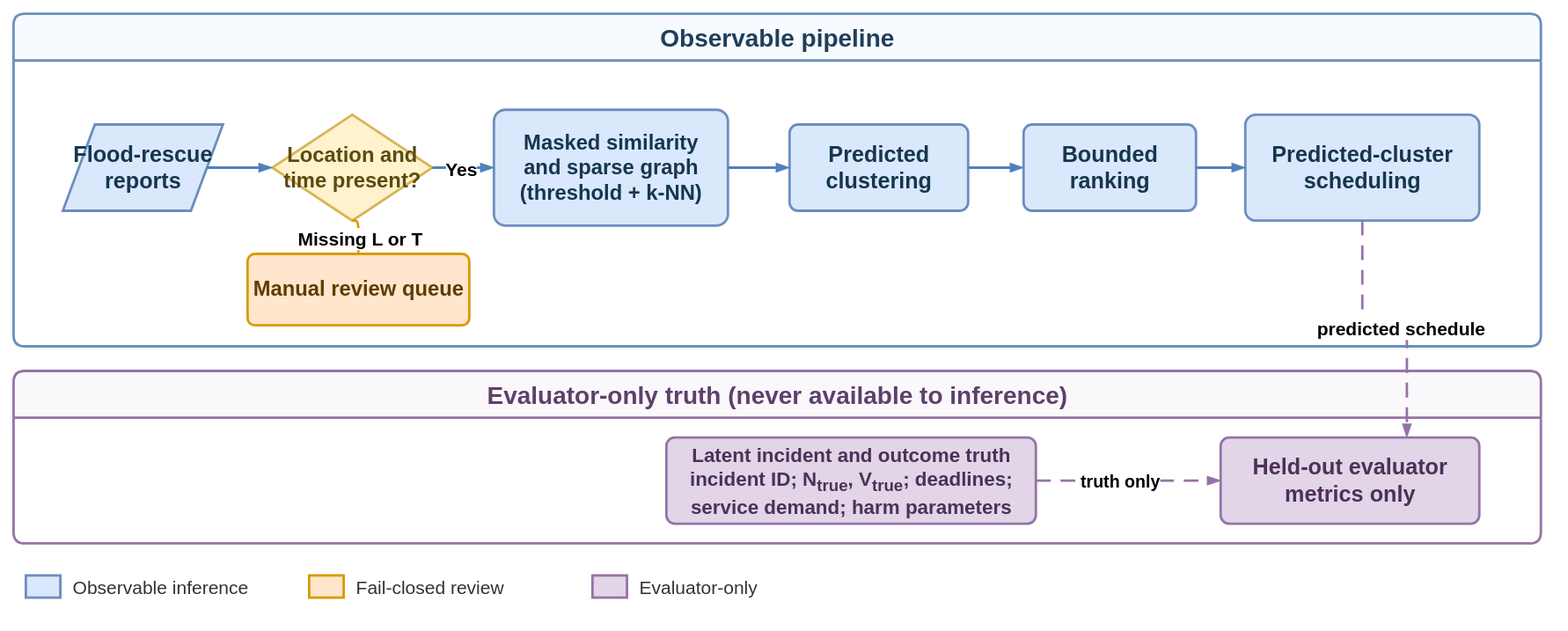
This is paper/figures/pipeline_v2.svg from ngthtrong/nckh2, a draw.io export, as it was before one commit. Source tidied: cells renumbered, new cells last; positions are measured from the earlier drawing's top-left corner, leaving out a move shared by most shapes.
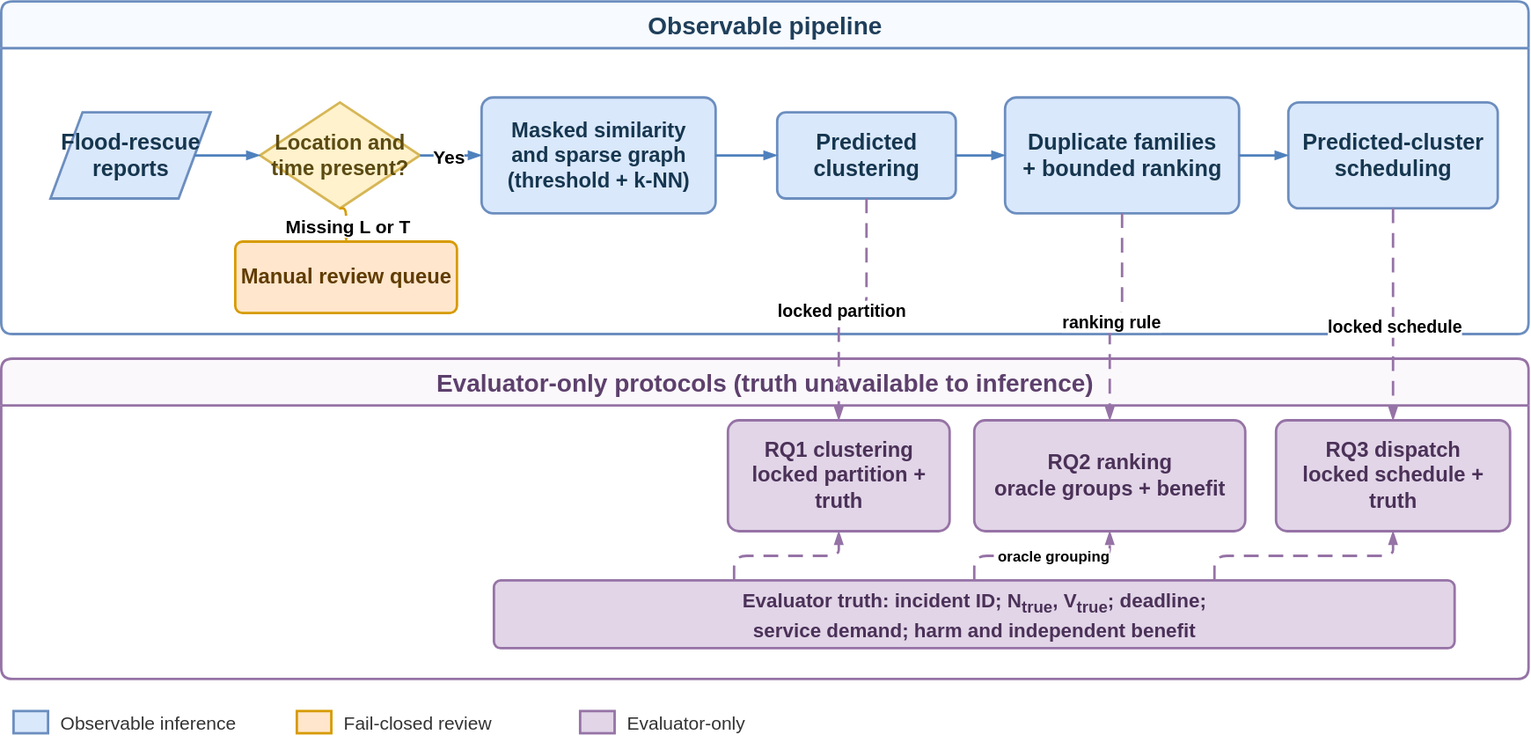
Above is the later version.

Change to the diagram source:
```diff
@@ -3,7 +3,7 @@
     <mxCell id="0" />
     <mxCell id="1" parent="0" />
     <mxCell id="2" value="Observable pipeline" style="swimlane;startSize=38;horizontal=1;rounded=1;arcSize=8;whiteSpace=wrap;html=1;fillColor=#f7fbff;swimlaneFillColor=#ffffff;strokeColor=#6c8ebf;strokeWidth=2;fontColor=#1f3f5b;fontSize=20;fontStyle=1;" parent="1" vertex="1">
-      <mxGeometry width="1240" height="270" as="geometry" />
+      <mxGeometry y="-120" width="1240" height="270" as="geometry" />
     </mxCell>
     <mxCell id="3" value="Flood-rescue&#10;reports" style="shape=parallelogram;perimeter=parallelogramPerimeter;whiteSpace=wrap;html=1;fillColor=#dae8fc;strokeColor=#6c8ebf;strokeWidth=2;fontColor=#16364f;fontSize=18;fontStyle=1;" parent="2" vertex="1">
       <mxGeometry x="40" y="90" width="130" height="70" as="geometry" />
@@ -17,24 +17,30 @@
     <mxCell id="6" value="Predicted&#10;clustering" style="rounded=1;arcSize=10;whiteSpace=wrap;html=1;fillColor=#dae8fc;strokeColor=#6c8ebf;strokeWidth=2;fontColor=#16364f;fontSize=18;fontStyle=1;" parent="2" vertex="1">
       <mxGeometry x="630" y="90" width="145" height="70" as="geometry" />
     </mxCell>
-    <mxCell id="7" value="Bounded&#10;ranking" style="rounded=1;arcSize=10;whiteSpace=wrap;html=1;fillColor=#dae8fc;strokeColor=#6c8ebf;strokeWidth=2;fontColor=#16364f;fontSize=18;fontStyle=1;" parent="2" vertex="1">
-      <mxGeometry x="820" y="90" width="140" height="70" as="geometry" />
+    <mxCell id="7" value="Duplicate families&#10;+ bounded ranking" style="rounded=1;arcSize=10;whiteSpace=wrap;html=1;fillColor=#dae8fc;strokeColor=#6c8ebf;strokeWidth=2;fontColor=#16364f;fontSize=18;fontStyle=1;" parent="2" vertex="1">
+      <mxGeometry x="815" y="78" width="190" height="94" as="geometry" />
     </mxCell>
     <mxCell id="8" value="Predicted-cluster&#10;scheduling" style="rounded=1;arcSize=10;whiteSpace=wrap;html=1;fillColor=#dae8fc;strokeColor=#6c8ebf;strokeWidth=2;fontColor=#16364f;fontSize=18;fontStyle=1;" parent="2" vertex="1">
-      <mxGeometry x="1000" y="82" width="190" height="86" as="geometry" />
+      <mxGeometry x="1045" y="82" width="170" height="86" as="geometry" />
     </mxCell>
     <mxCell id="9" value="Manual review queue" style="rounded=1;arcSize=10;whiteSpace=wrap;html=1;fillColor=#ffe6cc;strokeColor=#d79b00;strokeWidth=2;fontColor=#603c00;fontSize=17;fontStyle=1;" parent="2" vertex="1">
       <mxGeometry x="190" y="195" width="180" height="58" as="geometry" />
     </mxCell>
-    <mxCell id="10" value="Evaluator-only truth (never available to inference)" style="swimlane;startSize=38;horizontal=1;rounded=1;arcSize=8;whiteSpace=wrap;html=1;fillColor=#fbf8fc;swimlaneFillColor=#ffffff;strokeColor=#9673a6;strokeWidth=2;fontColor=#5d406c;fontSize=20;fontStyle=1;" parent="1" vertex="1">
-      <mxGeometry y="290" width="1240" height="140" as="geometry" />
+    <mxCell id="10" value="Evaluator-only protocols (truth unavailable to inference)" style="swimlane;startSize=38;horizontal=1;rounded=1;arcSize=8;whiteSpace=wrap;html=1;fillColor=#fbf8fc;swimlaneFillColor=#ffffff;strokeColor=#9673a6;strokeWidth=2;fontColor=#5d406c;fontSize=20;fontStyle=1;" parent="1" vertex="1">
+      <mxGeometry y="170" width="1240" height="260" as="geometry" />
     </mxCell>
-    <mxCell id="11" value="Latent incident and outcome truth&#10;incident ID; N&lt;sub&gt;true&lt;/sub&gt;, V&lt;sub&gt;true&lt;/sub&gt;; deadlines;&#10;service demand; harm parameters" style="rounded=1;arcSize=10;whiteSpace=wrap;html=1;fillColor=#e1d5e7;strokeColor=#9673a6;strokeWidth=2;fontColor=#4b3158;fontSize=16;fontStyle=1;" parent="10" vertex="1">
-      <mxGeometry x="530" y="54" width="300" height="70" as="geometry" />
+    <mxCell id="11" value="Evaluator truth: incident ID; N&lt;sub&gt;true&lt;/sub&gt;, V&lt;sub&gt;true&lt;/sub&gt;; deadline;&#10;service demand; harm and independent benefit" style="rounded=1;arcSize=10;whiteSpace=wrap;html=1;fillColor=#e1d5e7;strokeColor=#9673a6;strokeWidth=2;fontColor=#4b3158;fontSize=16;fontStyle=1;" parent="10" vertex="1">
+      <mxGeometry x="400" y="180" width="780" height="55" as="geometry" />
     </mxCell>
-    <mxCell id="12" value="Held-out evaluator&#10;metrics only" style="rounded=1;arcSize=10;whiteSpace=wrap;html=1;fillColor=#e1d5e7;strokeColor=#9673a6;strokeWidth=2;fontColor=#4b3158;fontSize=18;fontStyle=1;" parent="10" vertex="1">
-      <mxGeometry x="980" y="54" width="210" height="70" as="geometry" />
+    <mxCell id="12" value="RQ1 clustering&#10;locked partition + truth" style="rounded=1;arcSize=10;whiteSpace=wrap;html=1;fillColor=#e1d5e7;strokeColor=#9673a6;strokeWidth=2;fontColor=#4b3158;fontSize=17;fontStyle=1;" parent="10" vertex="1">
+      <mxGeometry x="590" y="50" width="180" height="90" as="geometry" />
     </mxCell>
+    <mxCell id="27" value="RQ2 ranking&#10;oracle groups + benefit" style="rounded=1;arcSize=10;whiteSpace=wrap;html=1;fillColor=#e1d5e7;strokeColor=#9673a6;strokeWidth=2;fontColor=#4b3158;fontSize=17;fontStyle=1;" parent="10" vertex="1">
+      <mxGeometry x="790" y="50" width="220" height="90" as="geometry" />
+    </mxCell>
+    <mxCell id="28" value="RQ3 dispatch&#10;locked schedule + truth" style="rounded=1;arcSize=10;whiteSpace=wrap;html=1;fillColor=#e1d5e7;strokeColor=#9673a6;strokeWidth=2;fontColor=#4b3158;fontSize=17;fontStyle=1;" parent="10" vertex="1">
+      <mxGeometry x="1035" y="50" width="190" height="90" as="geometry" />
+    </mxCell>
     <mxCell id="13" style="edgeStyle=orthogonalEdgeStyle;rounded=1;jettySize=auto;html=1;endArrow=blockThin;endFill=1;strokeColor=#4f81bd;strokeWidth=2;exitX=1;exitY=0.5;exitDx=0;exitDy=0;entryX=0;entryY=0.5;entryDx=0;entryDy=0;" parent="1" edge="1" source="3" target="4">
       <mxGeometry relative="1" as="geometry" />
     </mxCell>
@@ -53,12 +59,24 @@
     <mxCell id="18" style="edgeStyle=orthogonalEdgeStyle;rounded=1;jettySize=auto;html=1;endArrow=blockThin;endFill=1;strokeColor=#4f81bd;strokeWidth=2;exitX=1;exitY=0.5;exitDx=0;exitDy=0;entryX=0;entryY=0.5;entryDx=0;entryDy=0;" parent="1" edge="1" source="7" target="8">
       <mxGeometry relative="1" as="geometry" />
     </mxCell>
-    <mxCell id="19" value="predicted schedule" style="edgeStyle=orthogonalEdgeStyle;rounded=1;jettySize=auto;html=1;endArrow=blockThin;endFill=1;dashed=1;dashPattern=6 4;strokeColor=#9673a6;strokeWidth=2;fontSize=15;fontStyle=1;labelBackgroundColor=#ffffff;exitX=0.5;exitY=1;exitDx=0;exitDy=0;entryX=0.72;entryY=0;entryDx=0;entryDy=0;" parent="1" edge="1" source="8" target="12">
+    <mxCell id="19" value="locked schedule" style="edgeStyle=orthogonalEdgeStyle;rounded=1;jettySize=auto;html=1;endArrow=blockThin;endFill=1;dashed=1;dashPattern=6 4;strokeColor=#9673a6;strokeWidth=2;fontSize=14;fontStyle=1;labelBackgroundColor=#ffffff;exitX=0.5;exitY=1;exitDx=0;exitDy=0;entryX=0.5;entryY=0;entryDx=0;entryDy=0;" parent="1" edge="1" source="8" target="28">
       <mxGeometry x="0.12" y="1" relative="1" as="geometry" />
     </mxCell>
-    <mxCell id="20" value="truth only" style="edgeStyle=orthogonalEdgeStyle;rounded=1;jettySize=auto;html=1;endArrow=blockThin;endFill=1;dashed=1;dashPattern=6 4;strokeColor=#9673a6;strokeWidth=2;fontSize=14;fontStyle=1;labelBackgroundColor=#ffffff;exitX=1;exitY=0.5;exitDx=0;exitDy=0;entryX=0;entryY=0.5;entryDx=0;entryDy=0;" parent="1" edge="1" source="11" target="12">
+    <mxCell id="20" style="edgeStyle=orthogonalEdgeStyle;rounded=1;jettySize=auto;html=1;endArrow=blockThin;endFill=1;dashed=1;dashPattern=6 4;strokeColor=#9673a6;strokeWidth=2;exitX=0.25;exitY=0;exitDx=0;exitDy=0;entryX=0.5;entryY=1;entryDx=0;entryDy=0;" parent="1" edge="1" source="11" target="12">
       <mxGeometry x="-0.1" y="-1" relative="1" as="geometry" />
     </mxCell>
+    <mxCell id="29" value="locked partition" style="edgeStyle=orthogonalEdgeStyle;rounded=1;jettySize=auto;html=1;endArrow=blockThin;endFill=1;dashed=1;dashPattern=6 4;strokeColor=#9673a6;strokeWidth=2;fontSize=14;fontStyle=1;labelBackgroundColor=#ffffff;exitX=0.5;exitY=1;exitDx=0;exitDy=0;entryX=0.5;entryY=0;entryDx=0;entryDy=0;" parent="1" edge="1" source="6" target="12">
+      <mxGeometry x="0.1" y="1" relative="1" as="geometry" />
+    </mxCell>
+    <mxCell id="30" value="ranking rule" style="edgeStyle=orthogonalEdgeStyle;rounded=1;jettySize=auto;html=1;endArrow=blockThin;endFill=1;dashed=1;dashPattern=6 4;strokeColor=#9673a6;strokeWidth=2;fontSize=14;fontStyle=1;labelBackgroundColor=#ffffff;exitX=0.5;exitY=1;exitDx=0;exitDy=0;entryX=0.5;entryY=0;entryDx=0;entryDy=0;" parent="1" edge="1" source="7" target="27">
+      <mxGeometry x="0.1" y="1" relative="1" as="geometry" />
+    </mxCell>
+    <mxCell id="31" value="oracle grouping" style="edgeStyle=orthogonalEdgeStyle;rounded=1;jettySize=auto;html=1;endArrow=blockThin;endFill=1;dashed=1;dashPattern=6 4;strokeColor=#9673a6;strokeWidth=2;fontSize=12;fontStyle=1;labelBackgroundColor=#ffffff;exitX=0.5;exitY=0;exitDx=0;exitDy=0;entryX=0.5;entryY=1;entryDx=0;entryDy=0;" parent="1" edge="1" source="11" target="27">
+      <mxGeometry x="0.12" y="-1" relative="1" as="geometry" />
+    </mxCell>
+    <mxCell id="32" style="edgeStyle=orthogonalEdgeStyle;rounded=1;jettySize=auto;html=1;endArrow=blockThin;endFill=1;dashed=1;dashPattern=6 4;strokeColor=#9673a6;strokeWidth=2;exitX=0.75;exitY=0;exitDx=0;exitDy=0;entryX=0.5;entryY=1;entryDx=0;entryDy=0;" parent="1" edge="1" source="11" target="28">
+      <mxGeometry x="0.1" y="-1" relative="1" as="geometry" />
+    </mxCell>
     <mxCell id="21" style="rounded=0;html=1;fillColor=#dae8fc;strokeColor=#6c8ebf;strokeWidth=2;" parent="1" vertex="1">
       <mxGeometry x="10" y="456" width="28" height="18" as="geometry" />
     </mxCell>
```
